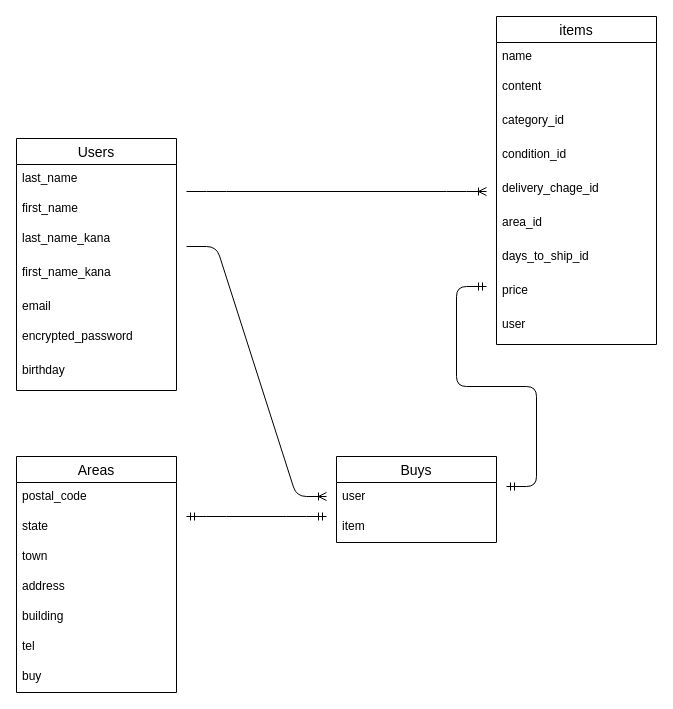
kengolgol/furima-35558 keeps this draw.io diagram as app/test.dio. Above is the earlier version. Source tidied: cells renumbered, new cells numbered last; positions are measured from the earlier drawing's top-left corner, leaving out a move shared by most shapes. Both pictures are drawn from the tidied source at 100%, with x=0, y=0 at pixel (16, 16).
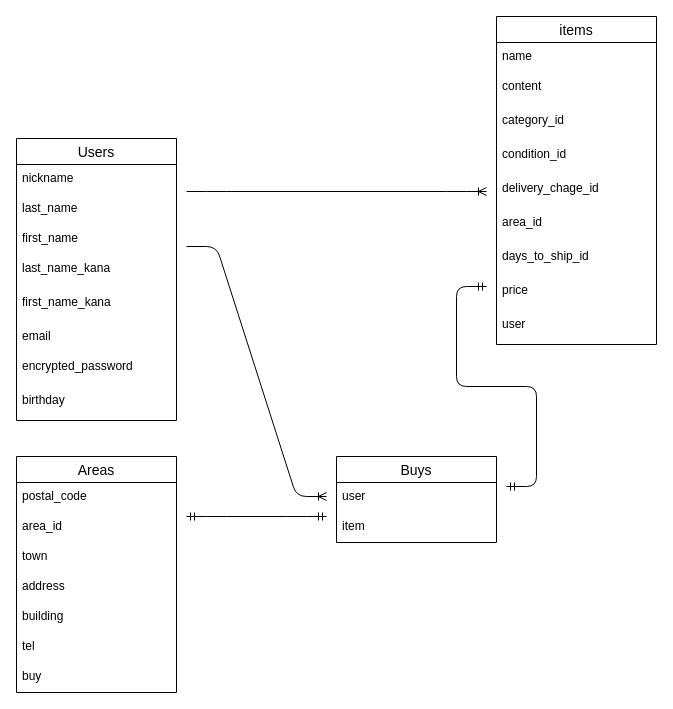
The same page after the edit.

The change refers to these unchanged cells:
```xml
<mxCell id="20" value="Areas" style="swimlane;fontStyle=0;horizontal=1;startSize=26;align=center;fontSize=14;" parent="1" vertex="1">
  <mxGeometry y="440" width="160" height="236" as="geometry" />
</mxCell>
```

Diff of the diagram source:
```diff
@@
     <mxCell id="12" value="Users" style="swimlane;fontStyle=0;horizontal=1;startSize=26;align=center;fontSize=14;" parent="1" vertex="1">
-      <mxGeometry y="122" width="160" height="252" as="geometry" />
+      <mxGeometry y="122" width="160" height="282" as="geometry" />
     </mxCell>
-    <mxCell id="13" value="last_name" style="text;strokeColor=none;fillColor=none;spacingLeft=4;spacingRight=4;overflow=hidden;fontSize=12;" parent="12" vertex="1">
+    <mxCell id="13" value="nickname" style="text;strokeColor=none;fillColor=none;spacingLeft=4;spacingRight=4;overflow=hidden;fontSize=12;" parent="12" vertex="1">
       <mxGeometry y="26" width="160" height="30" as="geometry" />
     </mxCell>
+    <mxCell id="35" value="last_name" style="text;strokeColor=none;fillColor=none;spacingLeft=4;spacingRight=4;overflow=hidden;fontSize=12;" parent="12" vertex="1">
+      <mxGeometry y="56" width="160" height="30" as="geometry" />
+    </mxCell>
     <mxCell id="14" value="first_name" style="text;strokeColor=none;fillColor=none;spacingLeft=4;spacingRight=4;overflow=hidden;fontSize=12;" parent="12" vertex="1">
-      <mxGeometry y="56" width="160" height="30" as="geometry" />
+      <mxGeometry y="86" width="160" height="30" as="geometry" />
     </mxCell>
     <mxCell id="15" value="last_name_kana" style="text;strokeColor=none;fillColor=none;spacingLeft=4;spacingRight=4;overflow=hidden;fontSize=12;" parent="12" vertex="1">
-      <mxGeometry y="86" width="160" height="34" as="geometry" />
+      <mxGeometry y="116" width="160" height="34" as="geometry" />
     </mxCell>
     <mxCell id="16" value="first_name_kana" style="text;strokeColor=none;fillColor=none;spacingLeft=4;spacingRight=4;overflow=hidden;fontSize=12;" parent="12" vertex="1">
-      <mxGeometry y="120" width="160" height="34" as="geometry" />
+      <mxGeometry y="150" width="160" height="34" as="geometry" />
     </mxCell>
     <mxCell id="17" value="email" style="text;strokeColor=none;fillColor=none;spacingLeft=4;spacingRight=4;overflow=hidden;fontSize=12;" parent="12" vertex="1">
-      <mxGeometry y="154" width="160" height="30" as="geometry" />
+      <mxGeometry y="184" width="160" height="30" as="geometry" />
     </mxCell>
     <mxCell id="18" value="encrypted_password" style="text;strokeColor=none;fillColor=none;spacingLeft=4;spacingRight=4;overflow=hidden;fontSize=12;" parent="12" vertex="1">
-      <mxGeometry y="184" width="160" height="34" as="geometry" />
+      <mxGeometry y="214" width="160" height="34" as="geometry" />
     </mxCell>
     <mxCell id="19" value="birthday" style="text;strokeColor=none;fillColor=none;spacingLeft=4;spacingRight=4;overflow=hidden;fontSize=12;" parent="12" vertex="1">
-      <mxGeometry y="218" width="160" height="34" as="geometry" />
+      <mxGeometry y="248" width="160" height="34" as="geometry" />
     </mxCell>
@@
-    <mxCell id="22" value="state" style="text;strokeColor=none;fillColor=none;spacingLeft=4;spacingRight=4;overflow=hidden;fontSize=12;" parent="20" vertex="1">
+    <mxCell id="22" value="area_id" style="text;strokeColor=none;fillColor=none;spacingLeft=4;spacingRight=4;overflow=hidden;fontSize=12;" parent="20" vertex="1">
       <mxGeometry y="56" width="160" height="30" as="geometry" />
     </mxCell>
```
